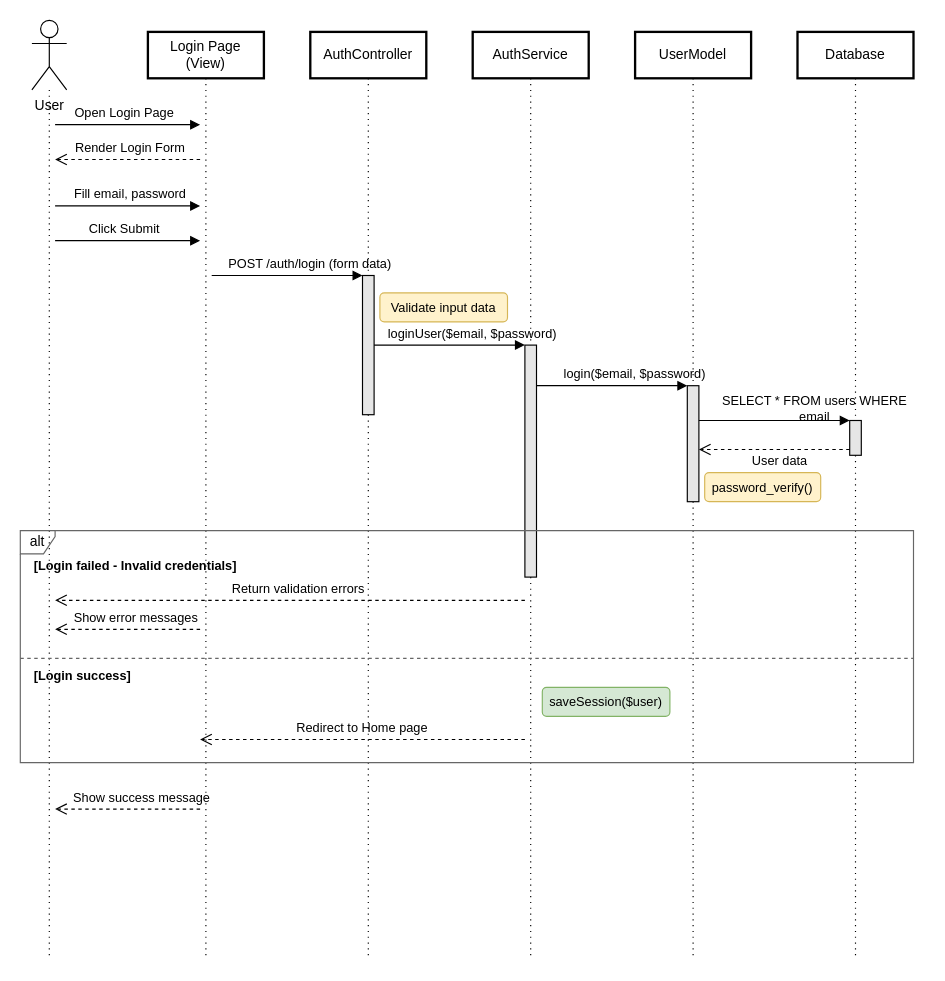
Above: docs/diagrams/login_sequence_diagram.drawio in tdat-dev/UniMarket (draw.io), before the change. Source tidied: cells renumbered, new cells numbered last; positions are measured from the earlier drawing's top-left corner, leaving out a move shared by most shapes. Both pictures are drawn from the tidied source at 116%, with x=0, y=0 at pixel (20, 20).
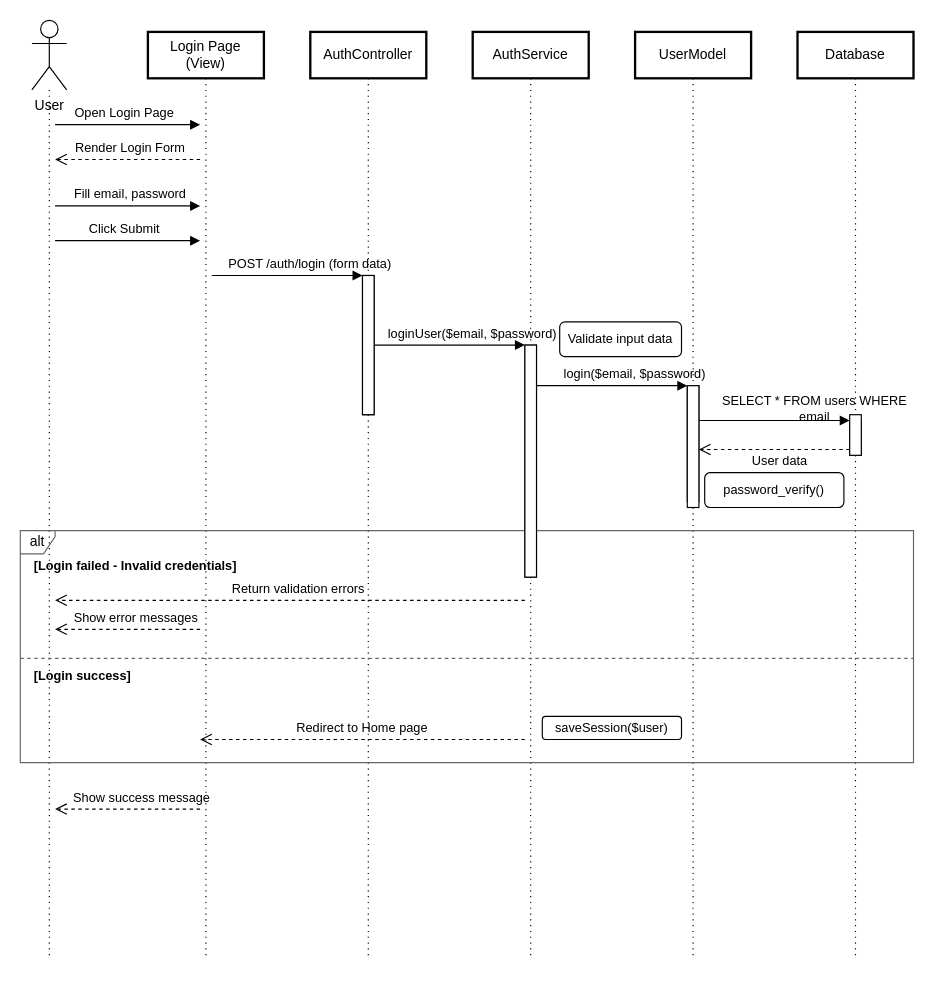
The same diagram, later.

Change to the diagram source:
```diff
@@
-    <mxCell id="25" value="Validate input data" style="text;html=1;align=center;verticalAlign=middle;whiteSpace=wrap;rounded=0;fontSize=11;fillColor=#fff2cc;strokeColor=#d6b656;rounded=1;" parent="1" vertex="1">
-      <mxGeometry x="310" y="235" width="110" height="25" as="geometry" />
-    </mxCell>
@@
-    <mxCell id="37" value="password_verify()" style="text;html=1;align=center;verticalAlign=middle;whiteSpace=wrap;rounded=0;fontSize=11;fillColor=#fff2cc;strokeColor=#d6b656;rounded=1;" parent="1" vertex="1">
-      <mxGeometry x="590" y="390" width="100" height="25" as="geometry" />
-    </mxCell>
@@
-    <mxCell id="46" value="saveSession($user)" style="text;html=1;align=center;verticalAlign=middle;whiteSpace=wrap;rounded=0;fontSize=11;fillColor=#d5e8d4;strokeColor=#82b366;rounded=1;" parent="1" vertex="1">
-      <mxGeometry x="450" y="575" width="110" height="25" as="geometry" />
-    </mxCell>
@@
+    <mxCell id="51" style="html=1;perimeter=orthogonalPerimeter;targetShapes=umlLifeline;newEdgeStyle={&quot;curved&quot;:0,&quot;rounded&quot;:0};" parent="1" vertex="1">
+      <mxGeometry x="295" y="220" width="10" height="120" as="geometry" />
+    </mxCell>
+    <mxCell id="52" style="html=1;perimeter=orthogonalPerimeter;targetShapes=umlLifeline;newEdgeStyle={&quot;curved&quot;:0,&quot;rounded&quot;:0};" parent="1" vertex="1">
+      <mxGeometry x="435" y="280" width="10" height="200" as="geometry" />
+    </mxCell>
+    <mxCell id="53" style="html=1;perimeter=orthogonalPerimeter;targetShapes=umlLifeline;newEdgeStyle={&quot;curved&quot;:0,&quot;rounded&quot;:0};" parent="1" vertex="1">
+      <mxGeometry x="575" y="315" width="10" height="105" as="geometry" />
+    </mxCell>
+    <mxCell id="25" value="&lt;span style=&quot;font-size: 11px;&quot;&gt;Validate input data&lt;/span&gt;" style="rounded=1;whiteSpace=wrap;html=1;" parent="1" vertex="1">
+      <mxGeometry x="465" y="260" width="105" height="30" as="geometry" />
+    </mxCell>
+    <mxCell id="46" value="&lt;span style=&quot;font-size: 11px;&quot;&gt;saveSession($user)&lt;/span&gt;" style="rounded=1;whiteSpace=wrap;html=1;" parent="1" vertex="1">
+      <mxGeometry x="450" y="600" width="120" height="20" as="geometry" />
+    </mxCell>
+    <mxCell id="37" value="&lt;span style=&quot;font-size: 11px;&quot;&gt;password_verify()&lt;/span&gt;" style="rounded=1;whiteSpace=wrap;html=1;" parent="1" vertex="1">
+      <mxGeometry x="590" y="390" width="120" height="30" as="geometry" />
+    </mxCell>
+    <mxCell id="54" style="html=1;perimeter=orthogonalPerimeter;targetShapes=umlLifeline;newEdgeStyle={&quot;curved&quot;:0,&quot;rounded&quot;:0};" parent="1" vertex="1">
+      <mxGeometry x="715" y="340" width="10" height="35" as="geometry" />
+    </mxCell>
```
